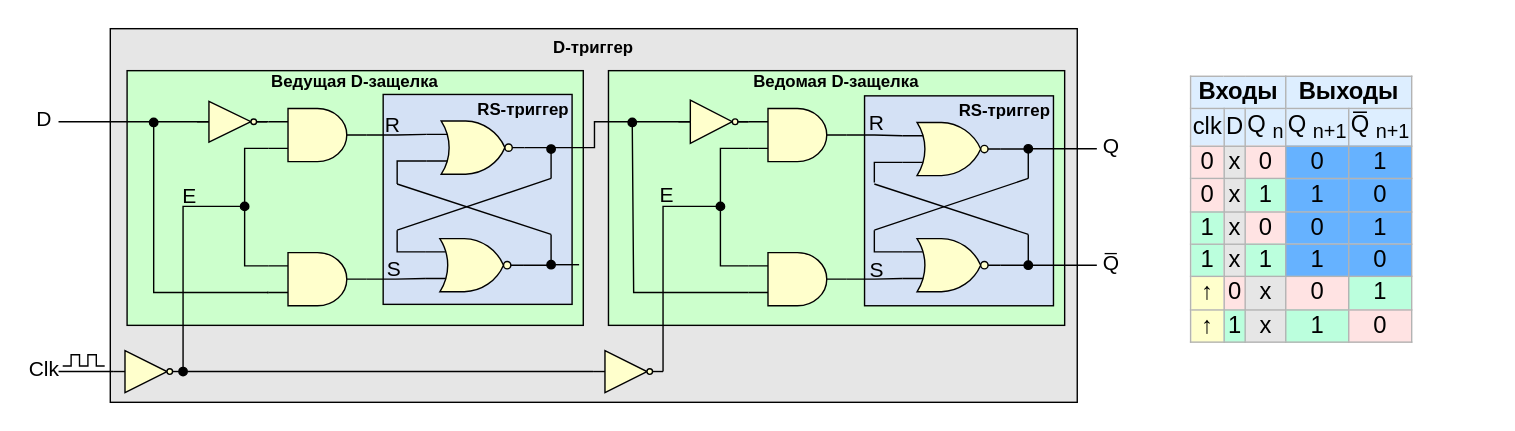
MPSU/APS keeps this draw.io diagram as .pic/Introduction/Sequential logic/fig_05.drawio.svg. Above is the earlier version. Source tidied: cells renumbered, new cells last; positions are measured from the earlier drawing's top-left corner, leaving out a move shared by most shapes.
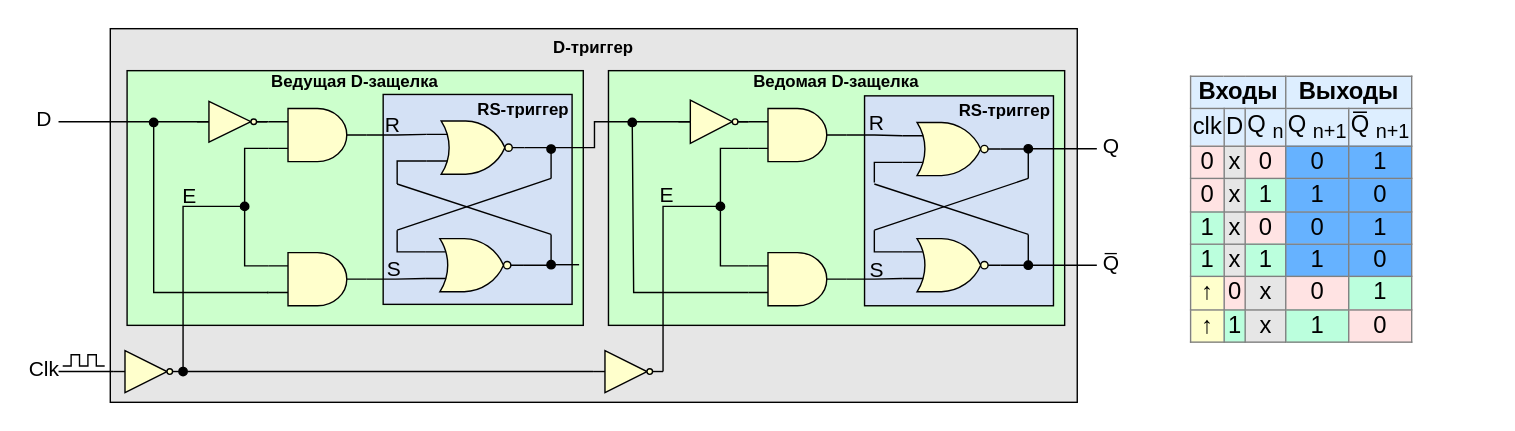
After the change.

Change to the diagram source:
```diff
@@ -269,7 +269,7 @@
     <mxCell id="60" style="verticalLabelPosition=bottom;shadow=0;dashed=0;align=center;html=1;verticalAlign=top;shape=mxgraph.electrical.logic_gates.inverter_2;fillColor=#FFFFCC;" parent="1" vertex="1">
       <mxGeometry x="463" y="51" width="50" height="31" as="geometry" />
     </mxCell>
-    <mxCell id="61" value="&lt;table border=&quot;1&quot; class=&quot;wikitable&quot; style=&quot;text-align: center; font-size: 17px; border: 1px solid rgb(179, 179, 179); border-collapse: collapse;&quot; id=&quot;mwAjk&quot;&gt;&lt;tbody id=&quot;mwAjs&quot;&gt;&lt;tr style=&quot;background:#def;&quot; id=&quot;mwAjw&quot;&gt;&lt;td colspan=&quot;3&quot;&gt;&lt;b&gt;Входы&lt;/b&gt;&lt;/td&gt;&lt;td colspan=&quot;2&quot; id=&quot;mwAj8&quot;&gt;&lt;b id=&quot;mwAkA&quot;&gt;&lt;font style=&quot;font-size: 17px;&quot;&gt;Выходы&lt;/font&gt;&lt;/b&gt;&lt;/td&gt;&lt;/tr&gt;&lt;tr style=&quot;background:#def;&quot; id=&quot;mwAkE&quot;&gt;&lt;td&gt;&amp;nbsp; clk&amp;nbsp;&lt;/td&gt;&lt;td id=&quot;mwAkI&quot;&gt;&lt;font style=&quot;font-size: 17px;&quot;&gt;&amp;nbsp; &amp;nbsp;D&amp;nbsp; &amp;nbsp;&lt;/font&gt;&lt;/td&gt;&lt;td id=&quot;mwAkM&quot;&gt;&lt;font style=&quot;font-size: 17px;&quot;&gt;&amp;nbsp; Q&lt;sub&gt;n&lt;/sub&gt;&amp;nbsp;&amp;nbsp;&lt;/font&gt;&lt;/td&gt;&lt;td id=&quot;mwAkQ&quot;&gt;Q&lt;sub&gt;n+1&lt;/sub&gt;&lt;br&gt;&lt;/td&gt;&lt;td id=&quot;mwAkU&quot;&gt;Q̅&lt;sub&gt;n+1&lt;/sub&gt;&lt;br&gt;&lt;/td&gt;&lt;/tr&gt;&lt;tr id=&quot;mwAko&quot;&gt;&lt;td style=&quot;background-color: rgb(255, 227, 227);&quot;&gt;0&lt;/td&gt;&lt;td style=&quot;background-color: rgb(230, 230, 230);&quot; id=&quot;mwAks&quot;&gt;&lt;font style=&quot;font-size: 17px;&quot;&gt;x&lt;/font&gt;&lt;/td&gt;&lt;td style=&quot;background-color: rgb(255, 227, 227);&quot; id=&quot;mwAkw&quot;&gt;&lt;font style=&quot;font-size: 17px;&quot;&gt;0&lt;/font&gt;&lt;/td&gt;&lt;td style=&quot;background: rgb(102, 178, 255); color: black; vertical-align: middle; text-align: center;&quot; class=&quot;table-no2&quot; data-mw=&quot;{&amp;quot;parts&amp;quot;:[&amp;quot;|| &amp;quot;,{&amp;quot;template&amp;quot;:{&amp;quot;target&amp;quot;:{&amp;quot;wt&amp;quot;:&amp;quot;no2&amp;quot;,&amp;quot;href&amp;quot;:&amp;quot;./Template:No2&amp;quot;},&amp;quot;params&amp;quot;:{&amp;quot;1&amp;quot;:{&amp;quot;wt&amp;quot;:&amp;quot;0&amp;quot;}},&amp;quot;i&amp;quot;:0}},&amp;quot; &amp;quot;]}&quot; id=&quot;mwASM&quot;&gt;&lt;font style=&quot;font-size: 17px;&quot;&gt;0&lt;/font&gt;&lt;/td&gt;&lt;td style=&quot;background: rgb(102, 178, 255); color: black; vertical-align: middle; text-align: center;&quot; class=&quot;table-yes2&quot; data-mw=&quot;{&amp;quot;parts&amp;quot;:[&amp;quot;|| &amp;quot;,{&amp;quot;template&amp;quot;:{&amp;quot;target&amp;quot;:{&amp;quot;wt&amp;quot;:&amp;quot;yes2&amp;quot;,&amp;quot;href&amp;quot;:&amp;quot;./Template:Yes2&amp;quot;},&amp;quot;params&amp;quot;:{&amp;quot;1&amp;quot;:{&amp;quot;wt&amp;quot;:&amp;quot;1&amp;quot;}},&amp;quot;i&amp;quot;:0}},&amp;quot; &amp;quot;]}&quot; id=&quot;mwASc&quot;&gt;&lt;font style=&quot;font-size: 17px;&quot;&gt;1&lt;/font&gt;&lt;/td&gt;&lt;/tr&gt;&lt;tr id=&quot;mwAlM&quot;&gt;&lt;td style=&quot;background-color: rgb(255, 227, 227);&quot;&gt;0&lt;/td&gt;&lt;td style=&quot;background-color: rgb(230, 230, 230);&quot; id=&quot;mwAlQ&quot;&gt;&lt;font style=&quot;font-size: 17px;&quot;&gt;x&lt;/font&gt;&lt;/td&gt;&lt;td style=&quot;background-color: rgb(187, 255, 221);&quot; id=&quot;mwAlU&quot;&gt;&lt;font style=&quot;font-size: 17px;&quot;&gt;1&lt;/font&gt;&lt;/td&gt;&lt;td style=&quot;background: rgb(102, 178, 255); color: black; vertical-align: middle; text-align: center;&quot; class=&quot;table-no2&quot; data-mw=&quot;{&amp;quot;parts&amp;quot;:[&amp;quot;|| &amp;quot;,{&amp;quot;template&amp;quot;:{&amp;quot;target&amp;quot;:{&amp;quot;wt&amp;quot;:&amp;quot;no2&amp;quot;,&amp;quot;href&amp;quot;:&amp;quot;./Template:No2&amp;quot;},&amp;quot;params&amp;quot;:{&amp;quot;1&amp;quot;:{&amp;quot;wt&amp;quot;:&amp;quot;0&amp;quot;}},&amp;quot;i&amp;quot;:0}},&amp;quot; &amp;quot;]}&quot; id=&quot;mwASM&quot;&gt;1&lt;/td&gt;&lt;td style=&quot;background: rgb(102, 178, 255); color: black; vertical-align: middle; text-align: center;&quot; class=&quot;table-yes2&quot; data-mw=&quot;{&amp;quot;parts&amp;quot;:[&amp;quot;|| &amp;quot;,{&amp;quot;template&amp;quot;:{&amp;quot;target&amp;quot;:{&amp;quot;wt&amp;quot;:&amp;quot;yes2&amp;quot;,&amp;quot;href&amp;quot;:&amp;quot;./Template:Yes2&amp;quot;},&amp;quot;params&amp;quot;:{&amp;quot;1&amp;quot;:{&amp;quot;wt&amp;quot;:&amp;quot;1&amp;quot;}},&amp;quot;i&amp;quot;:0}},&amp;quot; &amp;quot;]}&quot; id=&quot;mwASc&quot;&gt;&lt;font style=&quot;font-size: 17px;&quot;&gt;0&lt;/font&gt;&lt;/td&gt;&lt;/tr&gt;&lt;tr id=&quot;mwAlw&quot;&gt;&lt;td style=&quot;background-color: rgb(187, 255, 221);&quot;&gt;1&lt;/td&gt;&lt;td style=&quot;background-color: rgb(230, 230, 230);&quot; id=&quot;mwAl0&quot;&gt;&lt;font style=&quot;font-size: 17px;&quot;&gt;x&lt;/font&gt;&lt;/td&gt;&lt;td style=&quot;background-color: rgb(255, 227, 227);&quot; id=&quot;mwAl4&quot;&gt;0&lt;/td&gt;&lt;td style=&quot;background: rgb(102, 178, 255); color: black; vertical-align: middle; text-align: center;&quot; class=&quot;table-no2&quot; data-mw=&quot;{&amp;quot;parts&amp;quot;:[&amp;quot;|| &amp;quot;,{&amp;quot;template&amp;quot;:{&amp;quot;target&amp;quot;:{&amp;quot;wt&amp;quot;:&amp;quot;no2&amp;quot;,&amp;quot;href&amp;quot;:&amp;quot;./Template:No2&amp;quot;},&amp;quot;params&amp;quot;:{&amp;quot;1&amp;quot;:{&amp;quot;wt&amp;quot;:&amp;quot;0&amp;quot;}},&amp;quot;i&amp;quot;:0}},&amp;quot; &amp;quot;]}&quot; id=&quot;mwASM&quot;&gt;&lt;font style=&quot;font-size: 17px;&quot;&gt;0&lt;/font&gt;&lt;/td&gt;&lt;td style=&quot;background: rgb(102, 178, 255); color: black; vertical-align: middle; text-align: center;&quot; class=&quot;table-yes2&quot; data-mw=&quot;{&amp;quot;parts&amp;quot;:[&amp;quot;|| &amp;quot;,{&amp;quot;template&amp;quot;:{&amp;quot;target&amp;quot;:{&amp;quot;wt&amp;quot;:&amp;quot;yes2&amp;quot;,&amp;quot;href&amp;quot;:&amp;quot;./Template:Yes2&amp;quot;},&amp;quot;params&amp;quot;:{&amp;quot;1&amp;quot;:{&amp;quot;wt&amp;quot;:&amp;quot;1&amp;quot;}},&amp;quot;i&amp;quot;:0}},&amp;quot; &amp;quot;]}&quot; id=&quot;mwASc&quot;&gt;&lt;font style=&quot;font-size: 17px;&quot;&gt;1&lt;/font&gt;&lt;/td&gt;&lt;/tr&gt;&lt;tr id=&quot;mwAmU&quot;&gt;&lt;td style=&quot;background-color: rgb(187, 255, 221);&quot;&gt;1&lt;/td&gt;&lt;td style=&quot;background-color: rgb(230, 230, 230);&quot; id=&quot;mwAmY&quot;&gt;&lt;font style=&quot;font-size: 17px;&quot;&gt;x&lt;/font&gt;&lt;/td&gt;&lt;td style=&quot;background-color: rgb(187, 255, 221);&quot; id=&quot;mwAmc&quot;&gt;&lt;font style=&quot;font-size: 17px;&quot;&gt;1&lt;/font&gt;&lt;/td&gt;&lt;td style=&quot;background: rgb(102, 178, 255); color: black; vertical-align: middle; text-align: center;&quot; class=&quot;table-yes2&quot; data-mw=&quot;{&amp;quot;parts&amp;quot;:[&amp;quot;|| &amp;quot;,{&amp;quot;template&amp;quot;:{&amp;quot;target&amp;quot;:{&amp;quot;wt&amp;quot;:&amp;quot;yes2&amp;quot;,&amp;quot;href&amp;quot;:&amp;quot;./Template:Yes2&amp;quot;},&amp;quot;params&amp;quot;:{&amp;quot;1&amp;quot;:{&amp;quot;wt&amp;quot;:&amp;quot;1&amp;quot;}},&amp;quot;i&amp;quot;:0}},&amp;quot; &amp;quot;]}&quot; id=&quot;mwASc&quot;&gt;&lt;font style=&quot;font-size: 17px;&quot;&gt;1&lt;/font&gt;&lt;/td&gt;&lt;td style=&quot;background: rgb(102, 178, 255); color: black; vertical-align: middle; text-align: center;&quot; class=&quot;table-no2&quot; data-mw=&quot;{&amp;quot;parts&amp;quot;:[&amp;quot;|| &amp;quot;,{&amp;quot;template&amp;quot;:{&amp;quot;target&amp;quot;:{&amp;quot;wt&amp;quot;:&amp;quot;no2&amp;quot;,&amp;quot;href&amp;quot;:&amp;quot;./Template:No2&amp;quot;},&amp;quot;params&amp;quot;:{&amp;quot;1&amp;quot;:{&amp;quot;wt&amp;quot;:&amp;quot;0&amp;quot;}},&amp;quot;i&amp;quot;:0}},&amp;quot; &amp;quot;]}&quot; id=&quot;mwASM&quot;&gt;&lt;font style=&quot;font-size: 17px;&quot;&gt;0&lt;/font&gt;&lt;/td&gt;&lt;/tr&gt;&lt;tr&gt;&lt;td style=&quot;background-color: rgb(255, 255, 204);&quot;&gt;&lt;span style=&quot;&quot;&gt;↑&lt;/span&gt;&lt;/td&gt;&lt;td style=&quot;background-color: rgb(255, 227, 227);&quot;&gt;0&lt;/td&gt;&lt;td style=&quot;background-color: rgb(230, 230, 230);&quot;&gt;x&lt;/td&gt;&lt;td style=&quot;background-color: rgb(255, 227, 227);&quot;&gt;0&lt;/td&gt;&lt;td style=&quot;background-color: rgb(187, 255, 221);&quot;&gt;1&lt;/td&gt;&lt;/tr&gt;&lt;tr&gt;&lt;td style=&quot;background-color: rgb(255, 255, 204);&quot;&gt;&lt;span style=&quot;&quot;&gt;↑&lt;/span&gt;&lt;br&gt;&lt;/td&gt;&lt;td style=&quot;background-color: rgb(187, 255, 221);&quot;&gt;1&lt;/td&gt;&lt;td style=&quot;background-color: rgb(230, 230, 230);&quot;&gt;x&lt;/td&gt;&lt;td style=&quot;background-color: rgb(187, 255, 221);&quot;&gt;1&lt;/td&gt;&lt;td style=&quot;background-color: rgb(255, 227, 227);&quot;&gt;0&lt;/td&gt;&lt;/tr&gt;&lt;/tbody&gt;&lt;/table&gt;" style="text;whiteSpace=wrap;html=1;" parent="1" vertex="1">
+    <mxCell id="61" value="&lt;table border=&quot;1&quot; class=&quot;wikitable&quot; style=&quot;text-align: center; font-size: 17px; border: 1px solid rgb(128, 128, 128); border-collapse: collapse;&quot; id=&quot;mwAjk&quot;&gt;&lt;tbody id=&quot;mwAjs&quot;&gt;&lt;tr style=&quot;background:#def;&quot; id=&quot;mwAjw&quot;&gt;&lt;td colspan=&quot;3&quot; style=&quot;border: 1px solid rgb(128, 128, 128);&quot;&gt;&lt;b&gt;Входы&lt;/b&gt;&lt;/td&gt;&lt;td colspan=&quot;2&quot; id=&quot;mwAj8&quot; style=&quot;border: 1px solid rgb(128, 128, 128);&quot;&gt;&lt;b id=&quot;mwAkA&quot;&gt;&lt;font style=&quot;font-size: 17px;&quot;&gt;Выходы&lt;/font&gt;&lt;/b&gt;&lt;/td&gt;&lt;/tr&gt;&lt;tr style=&quot;background:#def;&quot; id=&quot;mwAkE&quot;&gt;&lt;td style=&quot;border: 1px solid rgb(128, 128, 128);&quot;&gt;&amp;nbsp; clk&amp;nbsp;&lt;/td&gt;&lt;td id=&quot;mwAkI&quot; style=&quot;border: 1px solid rgb(128, 128, 128);&quot;&gt;&lt;font style=&quot;font-size: 17px;&quot;&gt;&amp;nbsp; &amp;nbsp;D&amp;nbsp; &amp;nbsp;&lt;/font&gt;&lt;/td&gt;&lt;td id=&quot;mwAkM&quot; style=&quot;border: 1px solid rgb(128, 128, 128);&quot;&gt;&lt;font style=&quot;font-size: 17px;&quot;&gt;&amp;nbsp; Q&lt;sub&gt;n&lt;/sub&gt;&amp;nbsp;&amp;nbsp;&lt;/font&gt;&lt;/td&gt;&lt;td id=&quot;mwAkQ&quot; style=&quot;border: 1px solid rgb(128, 128, 128);&quot;&gt;Q&lt;sub&gt;n+1&lt;/sub&gt;&lt;br&gt;&lt;/td&gt;&lt;td id=&quot;mwAkU&quot; style=&quot;border: 1px solid rgb(128, 128, 128);&quot;&gt;Q̅&lt;sub&gt;n+1&lt;/sub&gt;&lt;br&gt;&lt;/td&gt;&lt;/tr&gt;&lt;tr id=&quot;mwAko&quot;&gt;&lt;td style=&quot;background-color: rgb(255, 227, 227); border: 1px solid rgb(128, 128, 128);&quot;&gt;0&lt;/td&gt;&lt;td style=&quot;background-color: rgb(230, 230, 230); border: 1px solid rgb(128, 128, 128);&quot; id=&quot;mwAks&quot;&gt;&lt;font style=&quot;font-size: 17px;&quot;&gt;x&lt;/font&gt;&lt;/td&gt;&lt;td style=&quot;background-color: rgb(255, 227, 227); border: 1px solid rgb(128, 128, 128);&quot; id=&quot;mwAkw&quot;&gt;&lt;font style=&quot;font-size: 17px;&quot;&gt;0&lt;/font&gt;&lt;/td&gt;&lt;td style=&quot;background: rgb(102, 178, 255); color: black; vertical-align: middle; text-align: center; border: 1px solid rgb(128, 128, 128);&quot; class=&quot;table-no2&quot; data-mw=&quot;{&amp;quot;parts&amp;quot;:[&amp;quot;|| &amp;quot;,{&amp;quot;template&amp;quot;:{&amp;quot;target&amp;quot;:{&amp;quot;wt&amp;quot;:&amp;quot;no2&amp;quot;,&amp;quot;href&amp;quot;:&amp;quot;./Template:No2&amp;quot;},&amp;quot;params&amp;quot;:{&amp;quot;1&amp;quot;:{&amp;quot;wt&amp;quot;:&amp;quot;0&amp;quot;}},&amp;quot;i&amp;quot;:0}},&amp;quot; &amp;quot;]}&quot; id=&quot;mwASM&quot;&gt;&lt;font style=&quot;font-size: 17px;&quot;&gt;0&lt;/font&gt;&lt;/td&gt;&lt;td style=&quot;background: rgb(102, 178, 255); color: black; vertical-align: middle; text-align: center; border: 1px solid rgb(128, 128, 128);&quot; class=&quot;table-yes2&quot; data-mw=&quot;{&amp;quot;parts&amp;quot;:[&amp;quot;|| &amp;quot;,{&amp;quot;template&amp;quot;:{&amp;quot;target&amp;quot;:{&amp;quot;wt&amp;quot;:&amp;quot;yes2&amp;quot;,&amp;quot;href&amp;quot;:&amp;quot;./Template:Yes2&amp;quot;},&amp;quot;params&amp;quot;:{&amp;quot;1&amp;quot;:{&amp;quot;wt&amp;quot;:&amp;quot;1&amp;quot;}},&amp;quot;i&amp;quot;:0}},&amp;quot; &amp;quot;]}&quot; id=&quot;mwASc&quot;&gt;&lt;font style=&quot;font-size: 17px;&quot;&gt;1&lt;/font&gt;&lt;/td&gt;&lt;/tr&gt;&lt;tr id=&quot;mwAlM&quot;&gt;&lt;td style=&quot;background-color: rgb(255, 227, 227); border: 1px solid rgb(128, 128, 128);&quot;&gt;0&lt;/td&gt;&lt;td style=&quot;background-color: rgb(230, 230, 230); border: 1px solid rgb(128, 128, 128);&quot; id=&quot;mwAlQ&quot;&gt;&lt;font style=&quot;font-size: 17px;&quot;&gt;x&lt;/font&gt;&lt;/td&gt;&lt;td style=&quot;background-color: rgb(187, 255, 221); border: 1px solid rgb(128, 128, 128);&quot; id=&quot;mwAlU&quot;&gt;&lt;font style=&quot;font-size: 17px;&quot;&gt;1&lt;/font&gt;&lt;/td&gt;&lt;td style=&quot;background: rgb(102, 178, 255); color: black; vertical-align: middle; text-align: center; border: 1px solid rgb(128, 128, 128);&quot; class=&quot;table-no2&quot; data-mw=&quot;{&amp;quot;parts&amp;quot;:[&amp;quot;|| &amp;quot;,{&amp;quot;template&amp;quot;:{&amp;quot;target&amp;quot;:{&amp;quot;wt&amp;quot;:&amp;quot;no2&amp;quot;,&amp;quot;href&amp;quot;:&amp;quot;./Template:No2&amp;quot;},&amp;quot;params&amp;quot;:{&amp;quot;1&amp;quot;:{&amp;quot;wt&amp;quot;:&amp;quot;0&amp;quot;}},&amp;quot;i&amp;quot;:0}},&amp;quot; &amp;quot;]}&quot; id=&quot;mwASM&quot;&gt;1&lt;/td&gt;&lt;td style=&quot;background: rgb(102, 178, 255); color: black; vertical-align: middle; text-align: center; border: 1px solid rgb(128, 128, 128);&quot; class=&quot;table-yes2&quot; data-mw=&quot;{&amp;quot;parts&amp;quot;:[&amp;quot;|| &amp;quot;,{&amp;quot;template&amp;quot;:{&amp;quot;target&amp;quot;:{&amp;quot;wt&amp;quot;:&amp;quot;yes2&amp;quot;,&amp;quot;href&amp;quot;:&amp;quot;./Template:Yes2&amp;quot;},&amp;quot;params&amp;quot;:{&amp;quot;1&amp;quot;:{&amp;quot;wt&amp;quot;:&amp;quot;1&amp;quot;}},&amp;quot;i&amp;quot;:0}},&amp;quot; &amp;quot;]}&quot; id=&quot;mwASc&quot;&gt;&lt;font style=&quot;font-size: 17px;&quot;&gt;0&lt;/font&gt;&lt;/td&gt;&lt;/tr&gt;&lt;tr id=&quot;mwAlw&quot;&gt;&lt;td style=&quot;background-color: rgb(187, 255, 221); border: 1px solid rgb(128, 128, 128);&quot;&gt;1&lt;/td&gt;&lt;td style=&quot;background-color: rgb(230, 230, 230); border: 1px solid rgb(128, 128, 128);&quot; id=&quot;mwAl0&quot;&gt;&lt;font style=&quot;font-size: 17px;&quot;&gt;x&lt;/font&gt;&lt;/td&gt;&lt;td style=&quot;background-color: rgb(255, 227, 227); border: 1px solid rgb(128, 128, 128);&quot; id=&quot;mwAl4&quot;&gt;0&lt;/td&gt;&lt;td style=&quot;background: rgb(102, 178, 255); color: black; vertical-align: middle; text-align: center; border: 1px solid rgb(128, 128, 128);&quot; class=&quot;table-no2&quot; data-mw=&quot;{&amp;quot;parts&amp;quot;:[&amp;quot;|| &amp;quot;,{&amp;quot;template&amp;quot;:{&amp;quot;target&amp;quot;:{&amp;quot;wt&amp;quot;:&amp;quot;no2&amp;quot;,&amp;quot;href&amp;quot;:&amp;quot;./Template:No2&amp;quot;},&amp;quot;params&amp;quot;:{&amp;quot;1&amp;quot;:{&amp;quot;wt&amp;quot;:&amp;quot;0&amp;quot;}},&amp;quot;i&amp;quot;:0}},&amp;quot; &amp;quot;]}&quot; id=&quot;mwASM&quot;&gt;&lt;font style=&quot;font-size: 17px;&quot;&gt;0&lt;/font&gt;&lt;/td&gt;&lt;td style=&quot;background: rgb(102, 178, 255); color: black; vertical-align: middle; text-align: center; border: 1px solid rgb(128, 128, 128);&quot; class=&quot;table-yes2&quot; data-mw=&quot;{&amp;quot;parts&amp;quot;:[&amp;quot;|| &amp;quot;,{&amp;quot;template&amp;quot;:{&amp;quot;target&amp;quot;:{&amp;quot;wt&amp;quot;:&amp;quot;yes2&amp;quot;,&amp;quot;href&amp;quot;:&amp;quot;./Template:Yes2&amp;quot;},&amp;quot;params&amp;quot;:{&amp;quot;1&amp;quot;:{&amp;quot;wt&amp;quot;:&amp;quot;1&amp;quot;}},&amp;quot;i&amp;quot;:0}},&amp;quot; &amp;quot;]}&quot; id=&quot;mwASc&quot;&gt;&lt;font style=&quot;font-size: 17px;&quot;&gt;1&lt;/font&gt;&lt;/td&gt;&lt;/tr&gt;&lt;tr id=&quot;mwAmU&quot;&gt;&lt;td style=&quot;background-color: rgb(187, 255, 221); border: 1px solid rgb(128, 128, 128);&quot;&gt;1&lt;/td&gt;&lt;td style=&quot;background-color: rgb(230, 230, 230); border: 1px solid rgb(128, 128, 128);&quot; id=&quot;mwAmY&quot;&gt;&lt;font style=&quot;font-size: 17px;&quot;&gt;x&lt;/font&gt;&lt;/td&gt;&lt;td style=&quot;background-color: rgb(187, 255, 221); border: 1px solid rgb(128, 128, 128);&quot; id=&quot;mwAmc&quot;&gt;&lt;font style=&quot;font-size: 17px;&quot;&gt;1&lt;/font&gt;&lt;/td&gt;&lt;td style=&quot;background: rgb(102, 178, 255); color: black; vertical-align: middle; text-align: center; border: 1px solid rgb(128, 128, 128);&quot; class=&quot;table-yes2&quot; data-mw=&quot;{&amp;quot;parts&amp;quot;:[&amp;quot;|| &amp;quot;,{&amp;quot;template&amp;quot;:{&amp;quot;target&amp;quot;:{&amp;quot;wt&amp;quot;:&amp;quot;yes2&amp;quot;,&amp;quot;href&amp;quot;:&amp;quot;./Template:Yes2&amp;quot;},&amp;quot;params&amp;quot;:{&amp;quot;1&amp;quot;:{&amp;quot;wt&amp;quot;:&amp;quot;1&amp;quot;}},&amp;quot;i&amp;quot;:0}},&amp;quot; &amp;quot;]}&quot; id=&quot;mwASc&quot;&gt;&lt;font style=&quot;font-size: 17px;&quot;&gt;1&lt;/font&gt;&lt;/td&gt;&lt;td style=&quot;background: rgb(102, 178, 255); color: black; vertical-align: middle; text-align: center; border: 1px solid rgb(128, 128, 128);&quot; class=&quot;table-no2&quot; data-mw=&quot;{&amp;quot;parts&amp;quot;:[&amp;quot;|| &amp;quot;,{&amp;quot;template&amp;quot;:{&amp;quot;target&amp;quot;:{&amp;quot;wt&amp;quot;:&amp;quot;no2&amp;quot;,&amp;quot;href&amp;quot;:&amp;quot;./Template:No2&amp;quot;},&amp;quot;params&amp;quot;:{&amp;quot;1&amp;quot;:{&amp;quot;wt&amp;quot;:&amp;quot;0&amp;quot;}},&amp;quot;i&amp;quot;:0}},&amp;quot; &amp;quot;]}&quot; id=&quot;mwASM&quot;&gt;&lt;font style=&quot;font-size: 17px;&quot;&gt;0&lt;/font&gt;&lt;/td&gt;&lt;/tr&gt;&lt;tr&gt;&lt;td style=&quot;background-color: rgb(255, 255, 204); border: 1px solid rgb(128, 128, 128);&quot;&gt;&lt;span style=&quot;&quot;&gt;↑&lt;/span&gt;&lt;/td&gt;&lt;td style=&quot;background-color: rgb(255, 227, 227); border: 1px solid rgb(128, 128, 128);&quot;&gt;0&lt;/td&gt;&lt;td style=&quot;background-color: rgb(230, 230, 230); border: 1px solid rgb(128, 128, 128);&quot;&gt;x&lt;/td&gt;&lt;td style=&quot;background-color: rgb(255, 227, 227); border: 1px solid rgb(128, 128, 128);&quot;&gt;0&lt;/td&gt;&lt;td style=&quot;background-color: rgb(187, 255, 221); border: 1px solid rgb(128, 128, 128);&quot;&gt;1&lt;/td&gt;&lt;/tr&gt;&lt;tr&gt;&lt;td style=&quot;background-color: rgb(255, 255, 204); border: 1px solid rgb(128, 128, 128);&quot;&gt;&lt;span style=&quot;&quot;&gt;↑&lt;/span&gt;&lt;br&gt;&lt;/td&gt;&lt;td style=&quot;background-color: rgb(187, 255, 221); border: 1px solid rgb(128, 128, 128);&quot;&gt;1&lt;/td&gt;&lt;td style=&quot;background-color: rgb(230, 230, 230); border: 1px solid rgb(128, 128, 128);&quot;&gt;x&lt;/td&gt;&lt;td style=&quot;background-color: rgb(187, 255, 221); border: 1px solid rgb(128, 128, 128);&quot;&gt;1&lt;/td&gt;&lt;td style=&quot;background-color: rgb(255, 227, 227); border: 1px solid rgb(128, 128, 128);&quot;&gt;0&lt;/td&gt;&lt;/tr&gt;&lt;/tbody&gt;&lt;/table&gt;" style="text;whiteSpace=wrap;html=1;" parent="1" vertex="1">
       <mxGeometry x="827" y="27" width="213" height="210" as="geometry" />
     </mxCell>
   </root>
```
